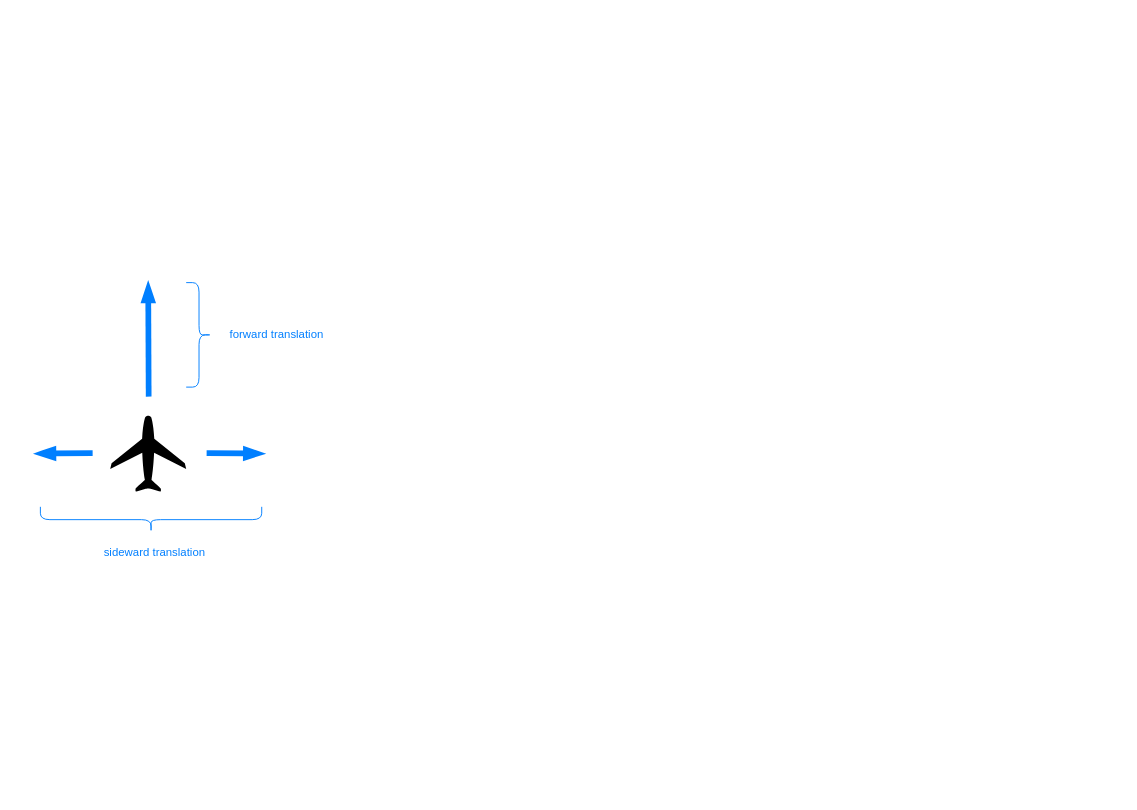
Above: Resources/Starfighter motion.drawio.xml in nsiomos/3dCorridor (draw.io), before the change. Source tidied: cells renumbered, new cells numbered last; positions are measured from the earlier drawing's top-left corner, leaving out a move shared by most shapes. Both pictures are drawn from the tidied source at 95%, with x=0, y=0 at pixel (35, 282).
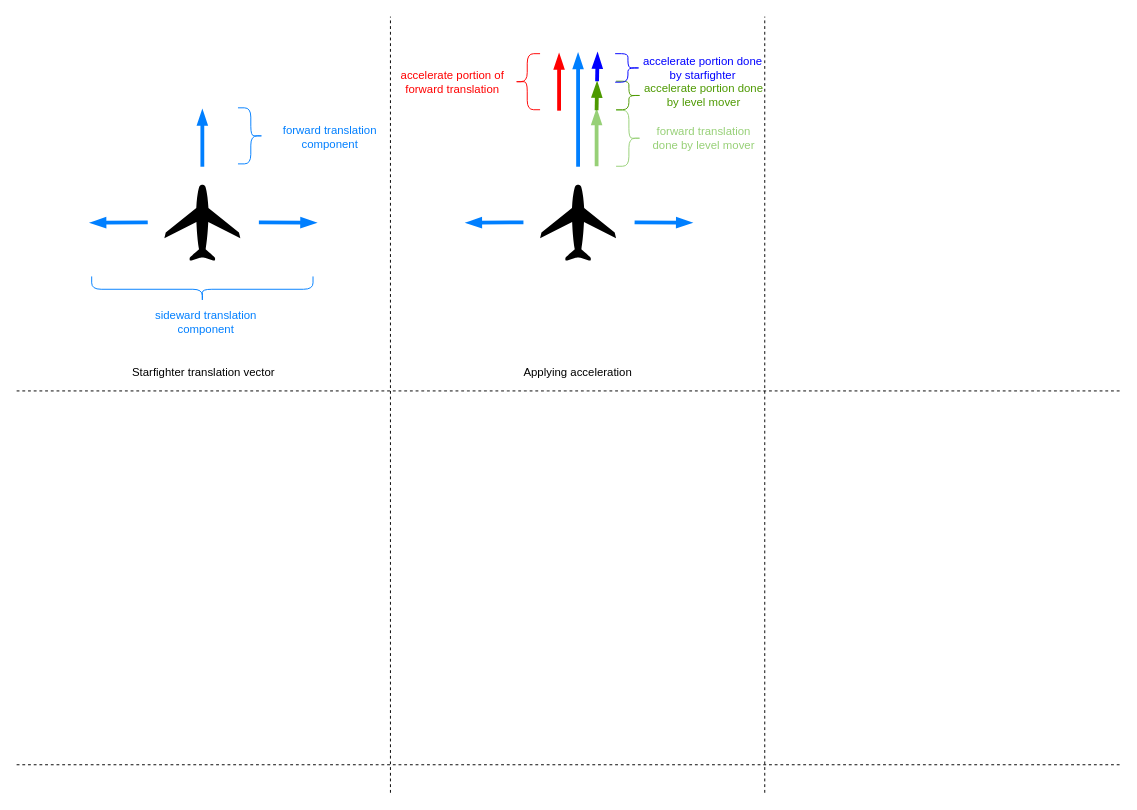
Above is the later version.

The edit, as a diff of the source:
```diff
@@
-    <mxCell id="2" style="endArrow=blockThin;html=1;strokeColor=#007FFF;strokeWidth=6;endFill=1;shadow=0;comic=0;" parent="1" edge="1">
+    <mxCell id="2" style="endArrow=blockThin;html=1;strokeColor=#007FFF;strokeWidth=4;endFill=1;shadow=0;comic=0;" parent="1" edge="1">
       <mxGeometry relative="1" as="geometry">
-        <mxPoint x="119" y="120" as="sourcePoint" />
-        <mxPoint x="118.5" as="targetPoint" />
+        <mxPoint x="175.5" y="-122" as="sourcePoint" />
+        <mxPoint x="175.5" y="-181.5" as="targetPoint" />
       </mxGeometry>
     </mxCell>
     <mxCell id="3" style="shape=curlyBracket;whiteSpace=wrap;html=1;rounded=1;rotation=180;fontColor=#007FFF;strokeColor=#007FFF;" parent="1" vertex="1">
-      <mxGeometry x="158.5" width="27" height="110" as="geometry" />
+      <mxGeometry x="213" y="-184" width="27" height="59" as="geometry" />
     </mxCell>
-    <mxCell id="4" value="forward translation" style="text;html=1;strokeColor=none;fillColor=none;align=center;verticalAlign=middle;whiteSpace=wrap;rounded=0;fontColor=#007FFF;" parent="1" vertex="1">
-      <mxGeometry x="198.5" y="35" width="110" height="40" as="geometry" />
+    <mxCell id="4" value="forward translation component" style="text;html=1;strokeColor=none;fillColor=none;align=center;verticalAlign=middle;whiteSpace=wrap;rounded=0;fontColor=#007FFF;" parent="1" vertex="1">
+      <mxGeometry x="255" y="-172" width="110" height="37" as="geometry" />
     </mxCell>
     <mxCell id="5" style="shape=mxgraph.signs.transportation.airplane_5;html=1;fillColor=#000000;strokeColor=none;verticalLabelPosition=bottom;verticalAlign=top;align=center;" parent="1" vertex="1">
-      <mxGeometry x="78.5" y="140" width="80" height="80" as="geometry" />
+      <mxGeometry x="135.5" y="-103" width="80" height="80" as="geometry" />
     </mxCell>
-    <mxCell id="6" style="endArrow=blockThin;html=1;strokeColor=#007FFF;strokeWidth=6;endFill=1;" parent="1" edge="1">
+    <mxCell id="6" style="endArrow=blockThin;html=1;strokeColor=#007FFF;strokeWidth=4;endFill=1;" parent="1" edge="1">
       <mxGeometry relative="1" as="geometry">
-        <mxPoint x="180" y="179.5" as="sourcePoint" />
-        <mxPoint x="240" y="180" as="targetPoint" />
+        <mxPoint x="235" y="-63.5" as="sourcePoint" />
+        <mxPoint x="295" y="-63" as="targetPoint" />
       </mxGeometry>
     </mxCell>
-    <mxCell id="7" style="endArrow=blockThin;html=1;strokeColor=#007FFF;strokeWidth=6;endFill=1;" parent="1" edge="1">
+    <mxCell id="7" style="endArrow=blockThin;html=1;strokeColor=#007FFF;strokeWidth=4;endFill=1;" parent="1" edge="1">
       <mxGeometry relative="1" as="geometry">
-        <mxPoint x="60" y="179.5" as="sourcePoint" />
-        <mxPoint y="180" as="targetPoint" />
+        <mxPoint x="118" y="-63.5" as="sourcePoint" />
+        <mxPoint x="58" y="-63" as="targetPoint" />
       </mxGeometry>
     </mxCell>
     <mxCell id="8" style="shape=curlyBracket;whiteSpace=wrap;html=1;rounded=1;rotation=-90;fontColor=#007FFF;strokeColor=#007FFF;" parent="1" vertex="1">
-      <mxGeometry x="108" y="133" width="27" height="233" as="geometry" />
+      <mxGeometry x="162" y="-109.5" width="27" height="233" as="geometry" />
     </mxCell>
-    <mxCell id="9" value="sideward translation" style="text;html=1;strokeColor=none;fillColor=none;align=center;verticalAlign=middle;whiteSpace=wrap;rounded=0;fontColor=#007FFF;" parent="1" vertex="1">
-      <mxGeometry x="60" y="264" width="131" height="40" as="geometry" />
+    <mxCell id="9" value="sideward translation component" style="text;html=1;strokeColor=none;fillColor=none;align=center;verticalAlign=middle;whiteSpace=wrap;rounded=0;fontColor=#007FFF;" parent="1" vertex="1">
+      <mxGeometry x="114" y="21.5" width="131" height="40" as="geometry" />
     </mxCell>
+    <mxCell id="10" style="endArrow=none;dashed=1;html=1;" parent="1" edge="1">
+      <mxGeometry relative="1" as="geometry">
+        <mxPoint x="373.5" y="537" as="sourcePoint" />
+        <mxPoint x="373.5" y="-280" as="targetPoint" />
+      </mxGeometry>
+    </mxCell>
+    <mxCell id="11" style="endArrow=none;dashed=1;html=1;" parent="1" edge="1">
+      <mxGeometry relative="1" as="geometry">
+        <mxPoint x="767.5" y="537" as="sourcePoint" />
+        <mxPoint x="767.5" y="-280" as="targetPoint" />
+      </mxGeometry>
+    </mxCell>
+    <mxCell id="12" style="endArrow=none;dashed=1;html=1;" parent="1" edge="1">
+      <mxGeometry relative="1" as="geometry">
+        <mxPoint x="1141" y="114" as="sourcePoint" />
+        <mxPoint x="-20" y="114" as="targetPoint" />
+      </mxGeometry>
+    </mxCell>
+    <mxCell id="13" style="endArrow=none;dashed=1;html=1;" parent="1" edge="1">
+      <mxGeometry relative="1" as="geometry">
+        <mxPoint x="1141" y="507.5" as="sourcePoint" />
+        <mxPoint x="-20" y="507.5" as="targetPoint" />
+      </mxGeometry>
+    </mxCell>
+    <mxCell id="14" style="endArrow=blockThin;html=1;strokeColor=#007FFF;strokeWidth=4;endFill=1;shadow=0;comic=0;" parent="1" edge="1">
+      <mxGeometry relative="1" as="geometry">
+        <mxPoint x="571" y="-122" as="sourcePoint" />
+        <mxPoint x="571" y="-241" as="targetPoint" />
+      </mxGeometry>
+    </mxCell>
+    <mxCell id="15" style="shape=mxgraph.signs.transportation.airplane_5;html=1;fillColor=#000000;strokeColor=none;verticalLabelPosition=bottom;verticalAlign=top;align=center;" parent="1" vertex="1">
+      <mxGeometry x="531" y="-103" width="80" height="80" as="geometry" />
+    </mxCell>
+    <mxCell id="16" style="endArrow=blockThin;html=1;strokeColor=#007FFF;strokeWidth=4;endFill=1;" parent="1" edge="1">
+      <mxGeometry relative="1" as="geometry">
+        <mxPoint x="630.5" y="-63.5" as="sourcePoint" />
+        <mxPoint x="690.5" y="-63" as="targetPoint" />
+      </mxGeometry>
+    </mxCell>
+    <mxCell id="17" style="endArrow=blockThin;html=1;strokeColor=#007FFF;strokeWidth=4;endFill=1;" parent="1" edge="1">
+      <mxGeometry relative="1" as="geometry">
+        <mxPoint x="513.5" y="-63.5" as="sourcePoint" />
+        <mxPoint x="453.5" y="-63" as="targetPoint" />
+      </mxGeometry>
+    </mxCell>
+    <mxCell id="18" value="&lt;font color=&quot;#000000&quot;&gt;Starfighter translation vector&lt;/font&gt;" style="text;html=1;strokeColor=none;fillColor=none;align=center;verticalAlign=middle;whiteSpace=wrap;rounded=0;fontColor=#007FFF;" parent="1" vertex="1">
+      <mxGeometry x="-20" y="75" width="394" height="40" as="geometry" />
+    </mxCell>
+    <mxCell id="19" value="&lt;font color=&quot;#000000&quot;&gt;Applying acceleration&lt;/font&gt;" style="text;html=1;strokeColor=none;fillColor=none;align=center;verticalAlign=middle;whiteSpace=wrap;rounded=0;fontColor=#007FFF;" parent="1" vertex="1">
+      <mxGeometry x="374" y="75" width="394" height="40" as="geometry" />
+    </mxCell>
+    <mxCell id="20" style="endArrow=blockThin;html=1;strokeColor=#FF0000;strokeWidth=4;endFill=1;shadow=0;comic=0;" parent="1" edge="1">
+      <mxGeometry relative="1" as="geometry">
+        <mxPoint x="551" y="-181" as="sourcePoint" />
+        <mxPoint x="551" y="-240.5" as="targetPoint" />
+      </mxGeometry>
+    </mxCell>
+    <mxCell id="21" style="shape=curlyBracket;whiteSpace=wrap;html=1;rounded=1;rotation=0;fontColor=#007FFF;strokeColor=#FF0000;" parent="1" vertex="1">
+      <mxGeometry x="504" y="-241" width="27" height="59" as="geometry" />
+    </mxCell>
+    <mxCell id="22" value="&lt;font color=&quot;#ff0000&quot;&gt;accelerate portion of forward translation&lt;/font&gt;" style="text;html=1;strokeColor=none;fillColor=none;align=center;verticalAlign=middle;whiteSpace=wrap;rounded=0;fontColor=#007FFF;" parent="1" vertex="1">
+      <mxGeometry x="374" y="-231" width="130" height="40" as="geometry" />
+    </mxCell>
+    <mxCell id="23" style="endArrow=blockThin;html=1;strokeColor=#97D077;strokeWidth=4;endFill=1;shadow=0;comic=0;" parent="1" edge="1">
+      <mxGeometry relative="1" as="geometry">
+        <mxPoint x="590.5" y="-122.5" as="sourcePoint" />
+        <mxPoint x="590.5" y="-182" as="targetPoint" />
+      </mxGeometry>
+    </mxCell>
+    <mxCell id="24" style="shape=curlyBracket;whiteSpace=wrap;html=1;rounded=1;rotation=180;fontColor=#97D077;strokeColor=#97D077;" parent="1" vertex="1">
+      <mxGeometry x="611" y="-181.5" width="27" height="59" as="geometry" />
+    </mxCell>
+    <mxCell id="25" value="forward translation done by level mover" style="text;html=1;strokeColor=none;fillColor=none;align=center;verticalAlign=middle;whiteSpace=wrap;rounded=0;fontColor=#97D077;" parent="1" vertex="1">
+      <mxGeometry x="639" y="-172" width="129" height="40" as="geometry" />
+    </mxCell>
+    <mxCell id="26" style="endArrow=blockThin;html=1;strokeColor=#4D9900;strokeWidth=4;endFill=1;shadow=0;comic=0;" parent="1" edge="1">
+      <mxGeometry relative="1" as="geometry">
+        <mxPoint x="590.5" y="-181.5" as="sourcePoint" />
+        <mxPoint x="591" y="-211" as="targetPoint" />
+      </mxGeometry>
+    </mxCell>
+    <mxCell id="27" style="shape=curlyBracket;whiteSpace=wrap;html=1;rounded=1;rotation=180;fontColor=#97D077;strokeColor=#4D9900;" parent="1" vertex="1">
+      <mxGeometry x="611" y="-212" width="27" height="30" as="geometry" />
+    </mxCell>
+    <mxCell id="28" value="accelerate portion done by level mover" style="text;html=1;strokeColor=none;fillColor=none;align=center;verticalAlign=middle;whiteSpace=wrap;rounded=0;fontColor=#4D9900;" parent="1" vertex="1">
+      <mxGeometry x="639" y="-217" width="129" height="40" as="geometry" />
+    </mxCell>
+    <mxCell id="29" style="endArrow=blockThin;html=1;strokeColor=#0000FF;strokeWidth=4;endFill=1;shadow=0;comic=0;" parent="1" edge="1">
+      <mxGeometry relative="1" as="geometry">
+        <mxPoint x="591" y="-212" as="sourcePoint" />
+        <mxPoint x="591.5" y="-241.5" as="targetPoint" />
+      </mxGeometry>
+    </mxCell>
+    <mxCell id="30" style="shape=curlyBracket;whiteSpace=wrap;html=1;rounded=1;rotation=180;fontColor=#97D077;strokeColor=#0000FF;" parent="1" vertex="1">
+      <mxGeometry x="610" y="-241" width="27" height="30" as="geometry" />
+    </mxCell>
+    <mxCell id="31" value="accelerate portion done by starfighter" style="text;html=1;strokeColor=none;fillColor=none;align=center;verticalAlign=middle;whiteSpace=wrap;rounded=0;fontColor=#0000FF;" parent="1" vertex="1">
+      <mxGeometry x="638" y="-246" width="129" height="40" as="geometry" />
+    </mxCell>
```
